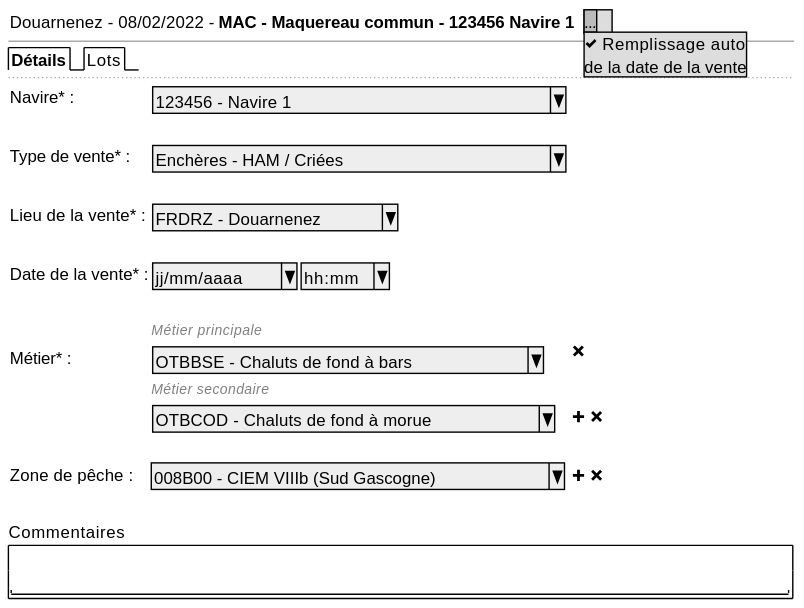
The PlantUML diagram projects/obsvente/spe/images/sale-details.svg in sumaris-net/sumaris-doc, before a commit. Its source is kept beside it as projects/obsvente/spe/images/sale-details.puml.
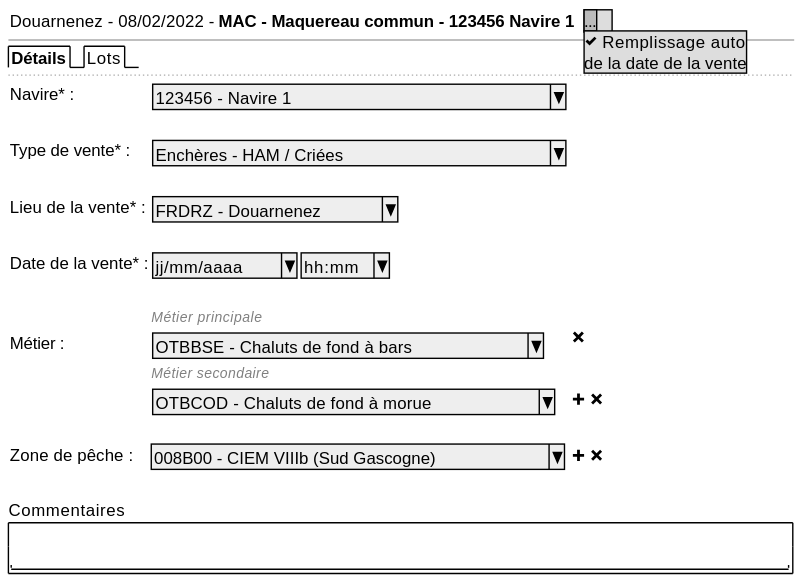
After the change.

The edit, as a diff of the source:
```diff
@@ -18,7 +18,7 @@
       Date de la vente* :   |  { ^ jj/mm/aaaa^  |  ^ hh:mm^ }
       .
       . | <font color=grey size=10><i>Métier principale</i>
-       Métier* : | { ^ OTBBSE - Chaluts de fond à bars ^ } |  <&x>
+       Métier : | { ^ OTBBSE - Chaluts de fond à bars ^ } |  <&x>
 
       . | <font color=grey size=10><i>Métier secondaire</i>
       . | { ^ OTBCOD - Chaluts de fond à morue ^ } |  <&plus> <&x>
```
